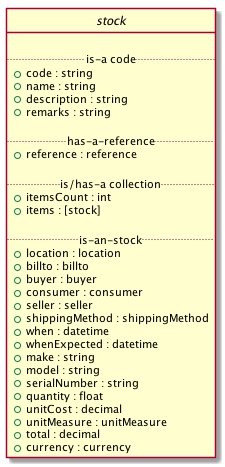
EciStg/order-placement keeps this PlantUML diagram as images/stock-class-diagram.puml.png. Above is the earlier version.
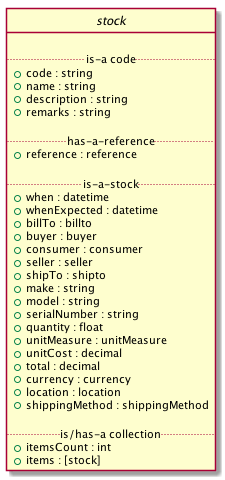
Above is the later version.

Commit message:
stock: added constrained string to xml schema. tried to get a consistent ordering of properties.

Diff of the diagram source:
```diff
@@ -12,26 +12,27 @@
 .. has-a-reference ..
 {field} + reference : reference
 
-.. is/has-a collection ..
-{field} + itemsCount : int
-{field} + items : [stock]
-
-.. is-an-stock ..
-{field} + location : location
-{field} + billto : billto
+.. is-a-stock ..
+{field} + when : datetime
+{field} + whenExpected : datetime
+{field} + billTo : billto
 {field} + buyer : buyer
 {field} + consumer : consumer
 {field} + seller : seller
-{field} + shippingMethod : shippingMethod
-{field} + when : datetime
-{field} + whenExpected : datetime
+{field} + shipTo : shipto
 {field} + make : string
 {field} + model : string
 {field} + serialNumber : string
 {field} + quantity : float
+{field} + unitMeasure : unitMeasure
 {field} + unitCost : decimal
-{field} + unitMeasure : unitMeasure
 {field} + total : decimal
 {field} + currency : currency
+{field} + location : location
+{field} + shippingMethod : shippingMethod
+
+.. is/has-a collection ..
+{field} + itemsCount : int
+{field} + items : [stock]
 }
 @enduml
```
